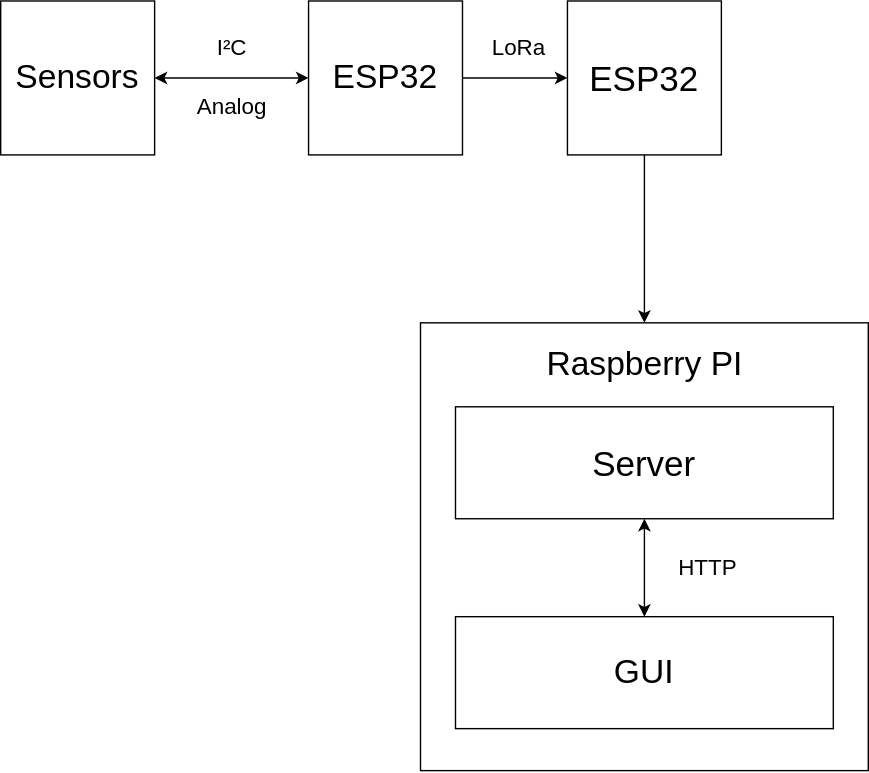
Before: assets/Flowchart.svg, a diagram exported from draw.io (Bammer187/Cansat). Source tidied: cells renumbered, new cells last; positions are measured from the earlier drawing's top-left corner, leaving out a move shared by most shapes. Its diagram source:
```xml
<mxGraphModel>
  <root>
    <mxCell id="0" />
    <mxCell id="1" parent="0" />
    <mxCell id="2" value="&lt;font style=&quot;font-size: 24px;&quot;&gt;Sensors&lt;/font&gt;" style="whiteSpace=wrap;html=1;" parent="1" vertex="1">
      <mxGeometry width="110" height="110" as="geometry" />
    </mxCell>
    <mxCell id="3" value="&lt;font style=&quot;font-size: 24px;&quot;&gt;ESP32&lt;/font&gt;" style="whiteSpace=wrap;html=1;" parent="1" vertex="1">
      <mxGeometry x="220" width="110" height="110" as="geometry" />
    </mxCell>
    <mxCell id="4" value="&lt;font style=&quot;font-size: 25px;&quot;&gt;ESP32&lt;/font&gt;" style="whiteSpace=wrap;html=1;" parent="1" vertex="1">
      <mxGeometry x="405" width="110" height="110" as="geometry" />
    </mxCell>
    <mxCell id="5" style="endArrow=classic;html=1;rounded=0;exitX=1;exitY=0.5;exitDx=0;exitDy=0;entryX=0;entryY=0.5;entryDx=0;entryDy=0;" parent="1" edge="1" source="3" target="4">
      <mxGeometry relative="1" as="geometry" />
    </mxCell>
    <mxCell id="6" style="endArrow=classic;startArrow=classic;html=1;rounded=0;exitX=1;exitY=0.5;exitDx=0;exitDy=0;entryX=0;entryY=0.5;entryDx=0;entryDy=0;" parent="1" edge="1" source="2" target="3">
      <mxGeometry relative="1" as="geometry" />
    </mxCell>
    <mxCell id="7" value="&lt;font style=&quot;font-size: 16px;&quot;&gt;LoRa&lt;/font&gt;" style="text;html=1;align=center;verticalAlign=middle;strokeColor=none;fillColor=none;" parent="1" vertex="1">
      <mxGeometry x="340" y="18" width="60" height="30" as="geometry" />
    </mxCell>
    <mxCell id="8" style="whiteSpace=wrap;html=1;" parent="1" vertex="1">
      <mxGeometry x="300" y="230" width="320" height="320" as="geometry" />
    </mxCell>
    <mxCell id="9" style="endArrow=classic;html=1;rounded=0;entryX=0.5;entryY=0;entryDx=0;entryDy=0;exitX=0.5;exitY=1;exitDx=0;exitDy=0;" parent="1" edge="1" source="4" target="8">
      <mxGeometry relative="1" as="geometry" />
    </mxCell>
    <mxCell id="10" value="&lt;font style=&quot;font-size: 25px;&quot;&gt;Server&lt;/font&gt;" style="rounded=0;whiteSpace=wrap;html=1;" parent="1" vertex="1">
      <mxGeometry x="325" y="290" width="270" height="80" as="geometry" />
    </mxCell>
    <mxCell id="11" value="&lt;font style=&quot;font-size: 24px;&quot;&gt;GUI&lt;/font&gt;" style="rounded=0;whiteSpace=wrap;html=1;" parent="1" vertex="1">
      <mxGeometry x="325" y="440" width="270" height="80" as="geometry" />
    </mxCell>
    <mxCell id="12" style="endArrow=classic;startArrow=classic;html=1;rounded=0;exitX=0.5;exitY=0;exitDx=0;exitDy=0;entryX=0.5;entryY=1;entryDx=0;entryDy=0;" parent="1" edge="1" source="11" target="10">
      <mxGeometry relative="1" as="geometry" />
    </mxCell>
    <mxCell id="13" value="&lt;font style=&quot;font-size: 16px;&quot;&gt;HTTP&lt;/font&gt;" style="text;html=1;align=center;verticalAlign=middle;strokeColor=none;fillColor=none;" parent="1" vertex="1">
      <mxGeometry x="470" y="390" width="70" height="30" as="geometry" />
    </mxCell>
    <mxCell id="14" value="&lt;font style=&quot;font-size: 24px;&quot;&gt;Raspberry PI&lt;/font&gt;" style="text;html=1;align=center;verticalAlign=middle;strokeColor=none;fillColor=none;" parent="1" vertex="1">
      <mxGeometry x="380" y="240" width="160" height="40" as="geometry" />
    </mxCell>
    <mxCell id="15" value="&lt;font style=&quot;font-size: 16px;&quot;&gt;I²C&lt;/font&gt;" style="text;html=1;align=center;verticalAlign=middle;strokeColor=none;fillColor=none;" parent="1" vertex="1">
      <mxGeometry x="145" y="18" width="40" height="30" as="geometry" />
    </mxCell>
    <mxCell id="16" value="&lt;font style=&quot;font-size: 16px;&quot;&gt;Analog&lt;/font&gt;" style="text;html=1;align=center;verticalAlign=middle;strokeColor=none;fillColor=none;" parent="1" vertex="1">
      <mxGeometry x="130" y="60" width="70" height="30" as="geometry" />
    </mxCell>
  </root>
</mxGraphModel>
```
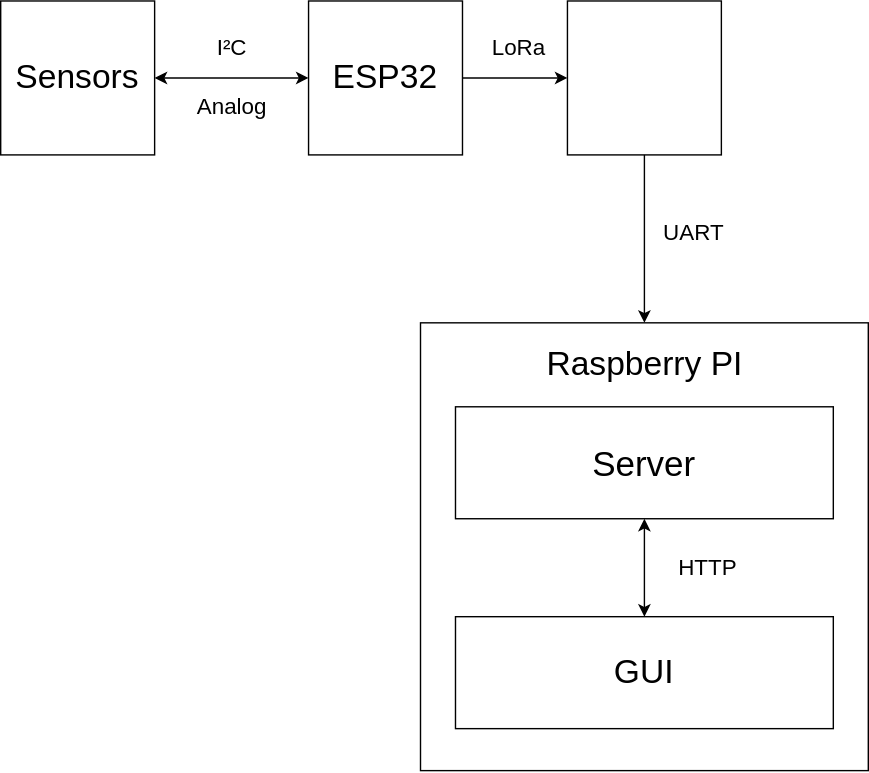
After the change.

Commit message:
Added missing text in flowchart

What changed in the source:
```diff
@@ -8,7 +8,7 @@
     <mxCell id="3" value="&lt;font style=&quot;font-size: 24px;&quot;&gt;ESP32&lt;/font&gt;" style="whiteSpace=wrap;html=1;" parent="1" vertex="1">
       <mxGeometry x="220" width="110" height="110" as="geometry" />
     </mxCell>
-    <mxCell id="4" value="&lt;font style=&quot;font-size: 25px;&quot;&gt;ESP32&lt;/font&gt;" style="whiteSpace=wrap;html=1;" parent="1" vertex="1">
+    <mxCell id="4" value="&lt;font style=&quot;font-size: 25px; color: rgba(0, 0, 0, 0);&quot;&gt;ESP32&lt;/font&gt;" style="whiteSpace=wrap;html=1;" parent="1" vertex="1">
       <mxGeometry x="405" width="110" height="110" as="geometry" />
     </mxCell>
     <mxCell id="5" style="endArrow=classic;html=1;rounded=0;exitX=1;exitY=0.5;exitDx=0;exitDy=0;entryX=0;entryY=0.5;entryDx=0;entryDy=0;" parent="1" edge="1" source="3" target="4">
@@ -23,7 +23,7 @@
     <mxCell id="8" style="whiteSpace=wrap;html=1;" parent="1" vertex="1">
       <mxGeometry x="300" y="230" width="320" height="320" as="geometry" />
     </mxCell>
-    <mxCell id="9" style="endArrow=classic;html=1;rounded=0;entryX=0.5;entryY=0;entryDx=0;entryDy=0;exitX=0.5;exitY=1;exitDx=0;exitDy=0;" parent="1" edge="1" source="4" target="8">
+    <mxCell id="9" style="endArrow=classic;html=1;rounded=0;entryX=0.5;entryY=0;entryDx=0;entryDy=0;exitX=0.5;exitY=1;exitDx=0;exitDy=0;strokeColor=light-dark(#000000,#B3B3B3);" parent="1" edge="1" source="4" target="8">
       <mxGeometry relative="1" as="geometry" />
     </mxCell>
     <mxCell id="10" value="&lt;font style=&quot;font-size: 25px;&quot;&gt;Server&lt;/font&gt;" style="rounded=0;whiteSpace=wrap;html=1;" parent="1" vertex="1">
@@ -47,5 +47,8 @@
     <mxCell id="16" value="&lt;font style=&quot;font-size: 16px;&quot;&gt;Analog&lt;/font&gt;" style="text;html=1;align=center;verticalAlign=middle;strokeColor=none;fillColor=none;" parent="1" vertex="1">
       <mxGeometry x="130" y="60" width="70" height="30" as="geometry" />
     </mxCell>
+    <mxCell id="17" value="&lt;font style=&quot;font-size: 16px;&quot;&gt;UART&lt;/font&gt;" style="text;html=1;align=center;verticalAlign=middle;strokeColor=none;fillColor=none;" parent="1" vertex="1">
+      <mxGeometry x="460" y="150" width="70" height="30" as="geometry" />
+    </mxCell>
   </root>
 </mxGraphModel>
```
